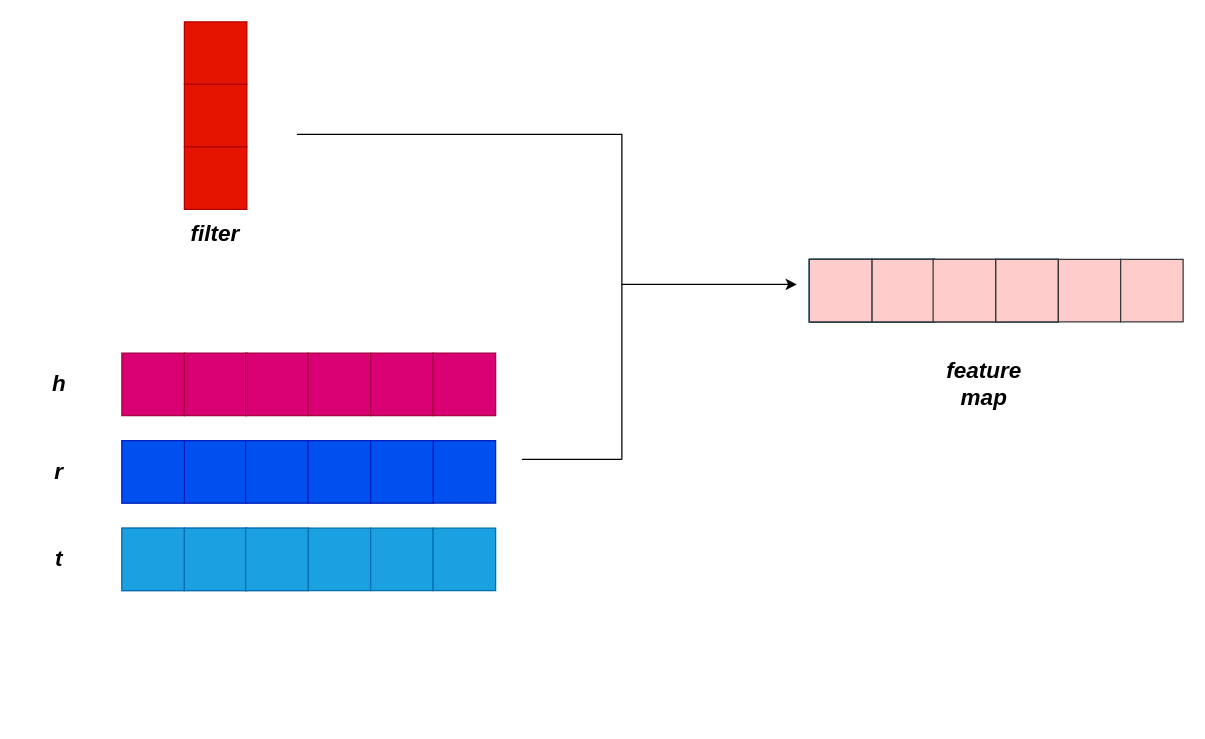
Earlier version of the draw.io diagram Untitled Diagram.drawio (mmmyq-nn/improved-waddle). Source tidied: cells renumbered, new cells numbered last; positions are measured from the earlier drawing's top-left corner, leaving out a move shared by most shapes. Both pictures are drawn from the tidied source at 125%, with x=0, y=0 at pixel (21, 21).
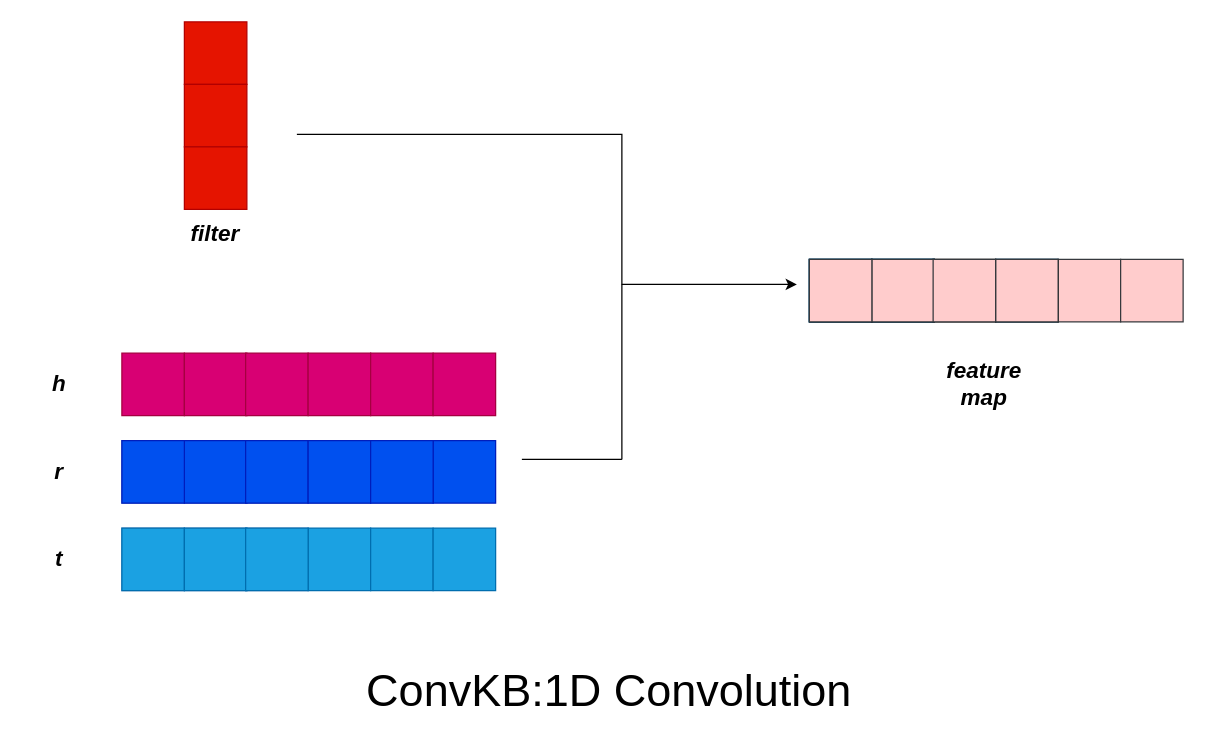
The same page after the edit.

Change to the diagram source:
```diff
@@
+    <mxCell id="54" value="&lt;font style=&quot;font-size: 36px;&quot;&gt;ConvKB:1D Convolution&lt;/font&gt;" style="text;html=1;strokeColor=none;fillColor=none;align=center;verticalAlign=middle;whiteSpace=wrap;rounded=0;fontSize=18;" parent="1" vertex="1">
+      <mxGeometry x="270" y="520" width="400" height="30" as="geometry" />
+    </mxCell>
```
